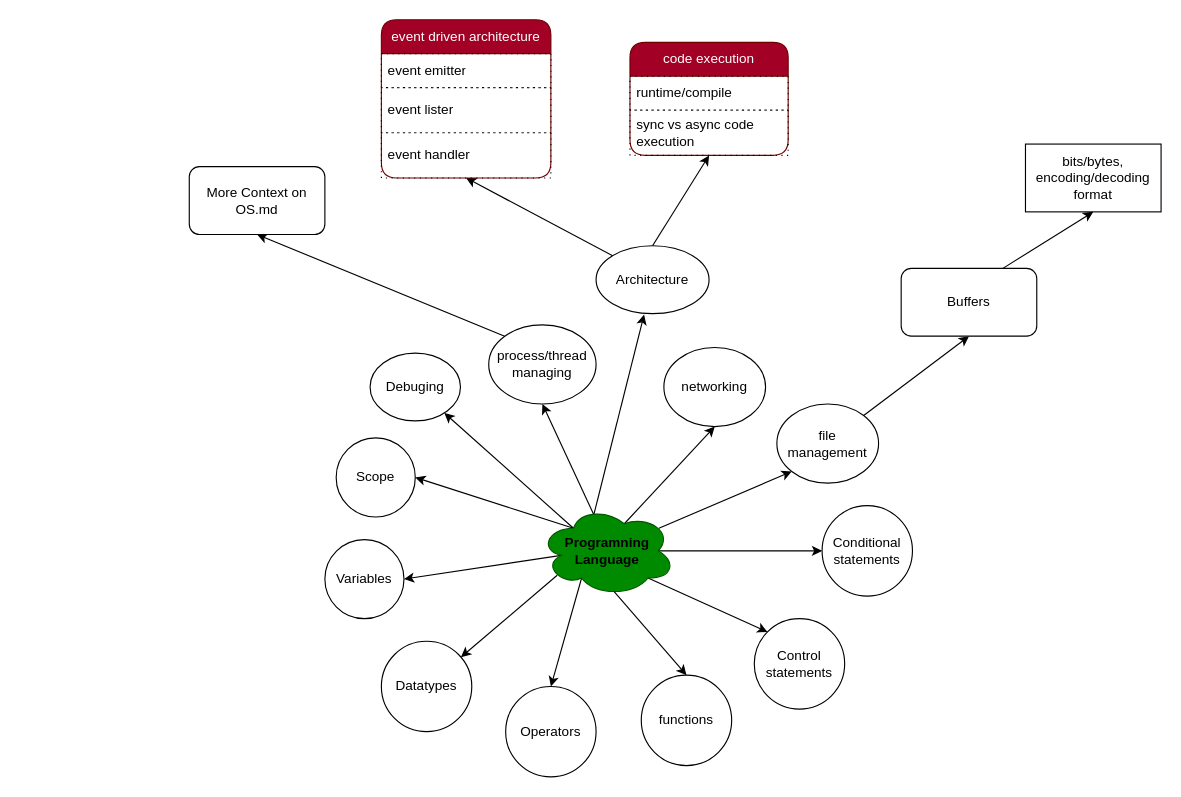
Before: ⭐programming-langs/pl.dio in knkrn5/Programming-Concepts, a draw.io diagram. Source tidied: cells renumbered, new cells numbered last; positions are measured from the earlier drawing's top-left corner, leaving out a move shared by most shapes. Both pictures are drawn from the tidied source at 113%, with x=0, y=0 at pixel (189, 19).
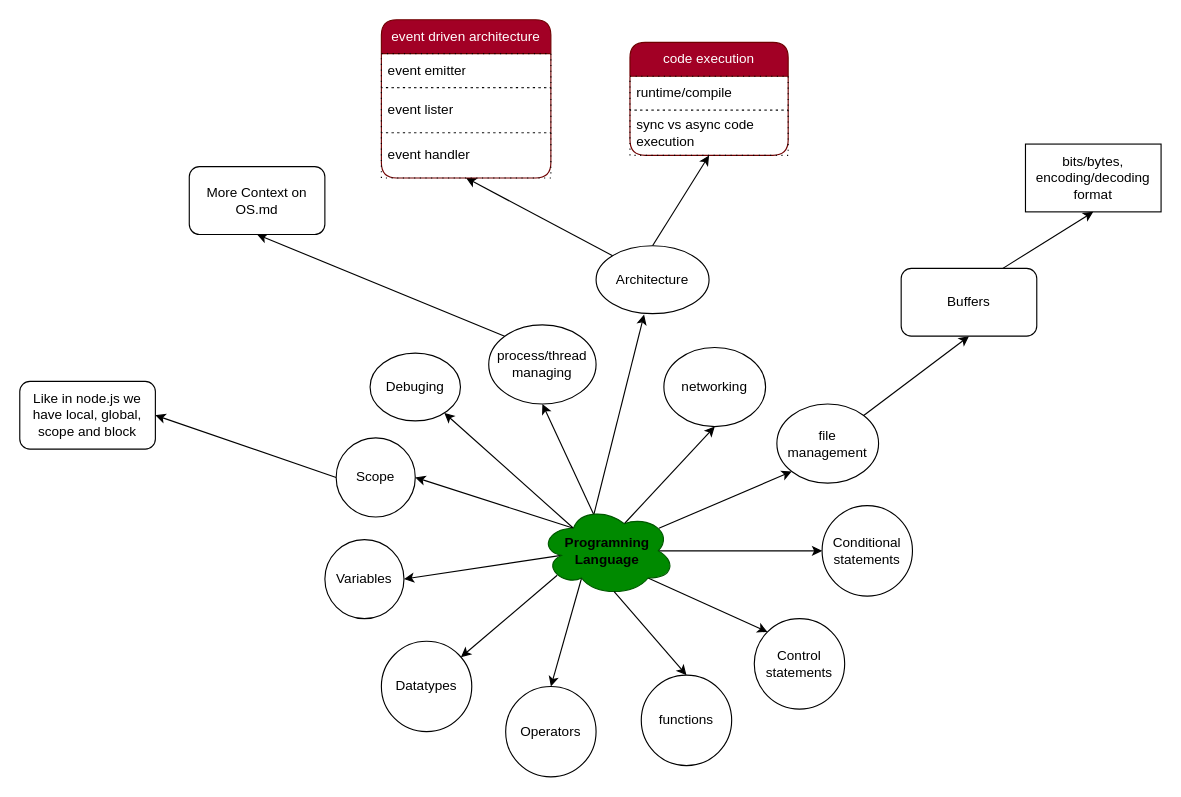
The same page after the edit.

Unchanged cells that the change refers to:
```xml
<mxCell id="3" value="Scope" style="ellipse;whiteSpace=wrap;html=1;" parent="1" vertex="1">
  <mxGeometry x="130" y="370" width="70" height="70" as="geometry" />
</mxCell>
```

The edit, as a diff of the source:
```diff
@@
+    <mxCell id="42" style="edgeStyle=none;html=1;exitX=0;exitY=0.5;exitDx=0;exitDy=0;entryX=1;entryY=0.5;entryDx=0;entryDy=0;" parent="1" edge="1" source="3" target="43">
+      <mxGeometry relative="1" as="geometry" />
+    </mxCell>
@@
+    <mxCell id="43" value="Like in node.js we have local, global, scope and block" style="rounded=1;whiteSpace=wrap;html=1;" parent="1" vertex="1">
+      <mxGeometry x="-150" y="320" width="120" height="60" as="geometry" />
+    </mxCell>
```
